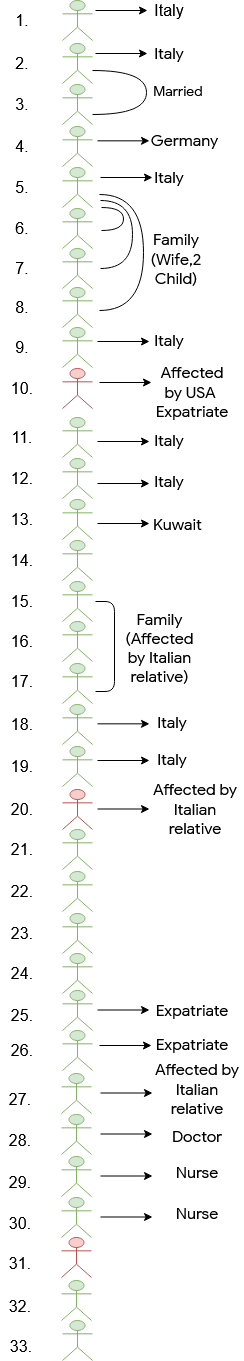
Earlier version of the draw.io export assets/img/CoronaInfo.PNG (TeamTigers/coronainfobd). Source tidied: cells renumbered, new cells last; positions are measured from the earlier drawing's top-left corner, leaving out a move shared by most shapes.
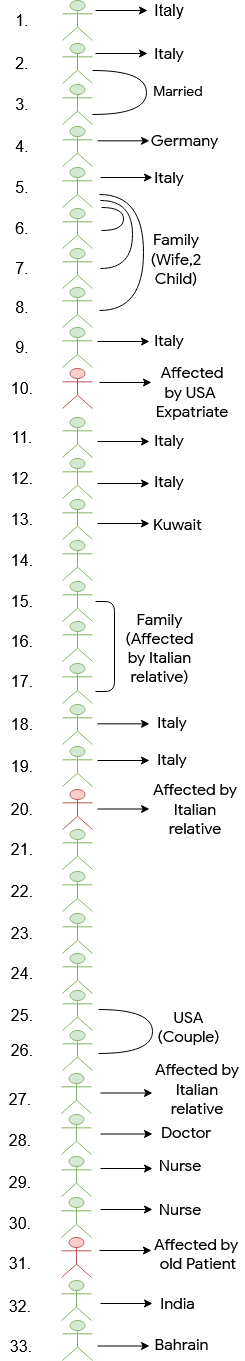
After the change.

Commit message:
change in mind map

What changed in the source:
```diff
@@ -334,18 +334,6 @@
     <mxCell id="88" value="&lt;font style=&quot;font-size: 16px&quot;&gt;26.&lt;/font&gt;" style="text;html=1;strokeColor=none;fillColor=none;align=center;verticalAlign=middle;whiteSpace=wrap;rounded=0;" parent="1" vertex="1">
       <mxGeometry x="2" y="1040" width="40" height="20" as="geometry" />
     </mxCell>
-    <mxCell id="89" style="endArrow=classic;html=1;" parent="1" edge="1">
-      <mxGeometry relative="1" as="geometry">
-        <mxPoint x="99" y="1045" as="sourcePoint" />
-        <mxPoint x="151" y="1045" as="targetPoint" />
-      </mxGeometry>
-    </mxCell>
-    <mxCell id="90" style="endArrow=classic;html=1;" parent="1" edge="1">
-      <mxGeometry relative="1" as="geometry">
-        <mxPoint x="97" y="1009.5" as="sourcePoint" />
-        <mxPoint x="149" y="1009.5" as="targetPoint" />
-      </mxGeometry>
-    </mxCell>
     <mxCell id="91" value="&lt;font style=&quot;font-size: 16px&quot;&gt;Affected by Italian relative&lt;/font&gt;" style="text;html=1;strokeColor=none;fillColor=none;align=center;verticalAlign=middle;whiteSpace=wrap;rounded=0;fontFamily=Google Sans;" parent="1" vertex="1">
       <mxGeometry x="151" y="1060" width="92" height="57" as="geometry" />
     </mxCell>
@@ -355,11 +343,8 @@
         <mxPoint x="152" y="1092.5" as="targetPoint" />
       </mxGeometry>
     </mxCell>
-    <mxCell id="93" value="&lt;font style=&quot;font-size: 16px&quot;&gt;Expatriate&lt;/font&gt;" style="text;html=1;strokeColor=none;fillColor=none;align=center;verticalAlign=middle;whiteSpace=wrap;rounded=0;fontFamily=Google Sans;" parent="1" vertex="1">
-      <mxGeometry x="158" y="1028" width="68" height="32" as="geometry" />
-    </mxCell>
-    <mxCell id="94" value="&lt;font style=&quot;font-size: 16px&quot;&gt;Expatriate&lt;/font&gt;" style="text;html=1;strokeColor=none;fillColor=none;align=center;verticalAlign=middle;whiteSpace=wrap;rounded=0;fontFamily=Google Sans;" parent="1" vertex="1">
-      <mxGeometry x="157.5" y="994" width="68" height="32" as="geometry" />
+    <mxCell id="94" value="&lt;div&gt;&lt;font style=&quot;font-size: 16px&quot;&gt;USA&lt;/font&gt;&lt;/div&gt;&lt;font style=&quot;font-size: 16px&quot;&gt;(Couple)&lt;/font&gt;" style="text;html=1;strokeColor=none;fillColor=none;align=center;verticalAlign=middle;whiteSpace=wrap;rounded=0;fontFamily=Google Sans;" parent="1" vertex="1">
+      <mxGeometry x="152" y="1002" width="72.5" height="50" as="geometry" />
     </mxCell>
     <mxCell id="95" style="shape=umlActor;verticalLabelPosition=bottom;labelBackgroundColor=#ffffff;verticalAlign=top;html=1;fillColor=#d5e8d4;strokeColor=#82b366;" parent="1" vertex="1">
       <mxGeometry x="61" y="1114" width="30" height="40" as="geometry" />
@@ -368,7 +353,7 @@
       <mxGeometry y="1130" width="40" height="20" as="geometry" />
     </mxCell>
     <mxCell id="97" value="&lt;font style=&quot;font-size: 16px&quot;&gt;Doctor&lt;/font&gt;" style="text;html=1;strokeColor=none;fillColor=none;align=center;verticalAlign=middle;whiteSpace=wrap;rounded=0;fontFamily=Google Sans;" parent="1" vertex="1">
-      <mxGeometry x="151" y="1107" width="92" height="57" as="geometry" />
+      <mxGeometry x="140" y="1103" width="92" height="57" as="geometry" />
     </mxCell>
     <mxCell id="98" style="endArrow=classic;html=1;" parent="1" edge="1">
       <mxGeometry relative="1" as="geometry">
@@ -383,12 +368,12 @@
       <mxGeometry y="1172" width="40" height="20" as="geometry" />
     </mxCell>
     <mxCell id="101" value="&lt;font style=&quot;font-size: 16px&quot;&gt;Nurse&lt;br&gt;&lt;/font&gt;" style="text;html=1;strokeColor=none;fillColor=none;align=center;verticalAlign=middle;whiteSpace=wrap;rounded=0;fontFamily=Google Sans;" parent="1" vertex="1">
-      <mxGeometry x="151" y="1143" width="92" height="57" as="geometry" />
+      <mxGeometry x="144" y="1150" width="72" height="30" as="geometry" />
     </mxCell>
     <mxCell id="102" style="endArrow=classic;html=1;" parent="1" edge="1">
       <mxGeometry relative="1" as="geometry">
-        <mxPoint x="100" y="1175.5" as="sourcePoint" />
-        <mxPoint x="152" y="1175.5" as="targetPoint" />
+        <mxPoint x="100" y="1168" as="sourcePoint" />
+        <mxPoint x="152" y="1168" as="targetPoint" />
       </mxGeometry>
     </mxCell>
     <mxCell id="103" style="shape=umlActor;verticalLabelPosition=bottom;labelBackgroundColor=#ffffff;verticalAlign=top;html=1;fillColor=#d5e8d4;strokeColor=#82b366;" parent="1" vertex="1">
@@ -397,13 +382,13 @@
     <mxCell id="104" value="&lt;font style=&quot;font-size: 16px&quot;&gt;30.&lt;/font&gt;" style="text;html=1;strokeColor=none;fillColor=none;align=center;verticalAlign=middle;whiteSpace=wrap;rounded=0;" parent="1" vertex="1">
       <mxGeometry y="1213" width="40" height="20" as="geometry" />
     </mxCell>
-    <mxCell id="105" value="&lt;font style=&quot;font-size: 16px&quot;&gt;Nurse&lt;br&gt;&lt;/font&gt;" style="text;html=1;strokeColor=none;fillColor=none;align=center;verticalAlign=middle;whiteSpace=wrap;rounded=0;fontFamily=Google Sans;" parent="1" vertex="1">
-      <mxGeometry x="151" y="1184" width="92" height="57" as="geometry" />
+    <mxCell id="105" value="&lt;font style=&quot;font-size: 16px&quot;&gt;India&lt;/font&gt;" style="text;html=1;strokeColor=none;fillColor=none;align=center;verticalAlign=middle;whiteSpace=wrap;rounded=0;fontFamily=Google Sans;" parent="1" vertex="1">
+      <mxGeometry x="151" y="1289" width="53" height="27" as="geometry" />
     </mxCell>
     <mxCell id="106" style="endArrow=classic;html=1;" parent="1" edge="1">
       <mxGeometry relative="1" as="geometry">
-        <mxPoint x="100" y="1216.5" as="sourcePoint" />
-        <mxPoint x="152" y="1216.5" as="targetPoint" />
+        <mxPoint x="100" y="1209" as="sourcePoint" />
+        <mxPoint x="152" y="1209" as="targetPoint" />
       </mxGeometry>
     </mxCell>
     <mxCell id="107" style="shape=umlActor;verticalLabelPosition=bottom;labelBackgroundColor=#ffffff;verticalAlign=top;html=1;fillColor=#f8cecc;strokeColor=#b85450;" parent="1" vertex="1">
@@ -424,5 +409,42 @@
     <mxCell id="112" value="&lt;font style=&quot;font-size: 16px&quot;&gt;33.&lt;/font&gt;" style="text;html=1;strokeColor=none;fillColor=none;align=center;verticalAlign=middle;whiteSpace=wrap;rounded=0;" parent="1" vertex="1">
       <mxGeometry x="1" y="1336" width="40" height="20" as="geometry" />
     </mxCell>
+    <mxCell id="113" value="&lt;font style=&quot;font-size: 16px&quot;&gt;Bahrain&lt;br&gt;&lt;/font&gt;" style="text;html=1;strokeColor=none;fillColor=none;align=center;verticalAlign=middle;whiteSpace=wrap;rounded=0;fontFamily=Google Sans;" parent="1" vertex="1">
+      <mxGeometry x="149" y="1331" width="65" height="25" as="geometry" />
+    </mxCell>
+    <mxCell id="114" style="endArrow=classic;html=1;" parent="1" edge="1">
+      <mxGeometry relative="1" as="geometry">
+        <mxPoint x="99" y="1250" as="sourcePoint" />
+        <mxPoint x="151" y="1250" as="targetPoint" />
+      </mxGeometry>
+    </mxCell>
+    <mxCell id="115" style="endArrow=classic;html=1;" parent="1" edge="1">
+      <mxGeometry relative="1" as="geometry">
+        <mxPoint x="100" y="1303" as="sourcePoint" />
+        <mxPoint x="152" y="1303" as="targetPoint" />
+      </mxGeometry>
+    </mxCell>
+    <mxCell id="116" style="endArrow=classic;html=1;" parent="1" edge="1">
+      <mxGeometry relative="1" as="geometry">
+        <mxPoint x="97" y="1345.5" as="sourcePoint" />
+        <mxPoint x="149" y="1345.5" as="targetPoint" />
+      </mxGeometry>
+    </mxCell>
+    <mxCell id="117" value="&lt;font style=&quot;font-size: 16px&quot;&gt;Affected by&amp;nbsp; old Patient&lt;br&gt;&lt;/font&gt;" style="text;html=1;strokeColor=none;fillColor=none;align=center;verticalAlign=middle;whiteSpace=wrap;rounded=0;fontFamily=Google Sans;" parent="1" vertex="1">
+      <mxGeometry x="152" y="1225" width="92" height="57" as="geometry" />
+    </mxCell>
+    <mxCell id="118" value="&lt;font style=&quot;font-size: 16px&quot;&gt;Nurse&lt;br&gt;&lt;/font&gt;" style="text;html=1;strokeColor=none;fillColor=none;align=center;verticalAlign=middle;whiteSpace=wrap;rounded=0;fontFamily=Google Sans;" parent="1" vertex="1">
+      <mxGeometry x="151" y="1193" width="58" height="32" as="geometry" />
+    </mxCell>
+    <mxCell id="119" style="endArrow=none;html=1;edgeStyle=orthogonalEdgeStyle;curved=1;" parent="1" edge="1">
+      <mxGeometry relative="1" as="geometry">
+        <mxPoint x="98" y="1053" as="sourcePoint" />
+        <mxPoint x="98" y="1009" as="targetPoint" />
+        <Array as="points">
+          <mxPoint x="152" y="1053" />
+          <mxPoint x="152" y="1009" />
+        </Array>
+      </mxGeometry>
+    </mxCell>
   </root>
 </mxGraphModel>
```
